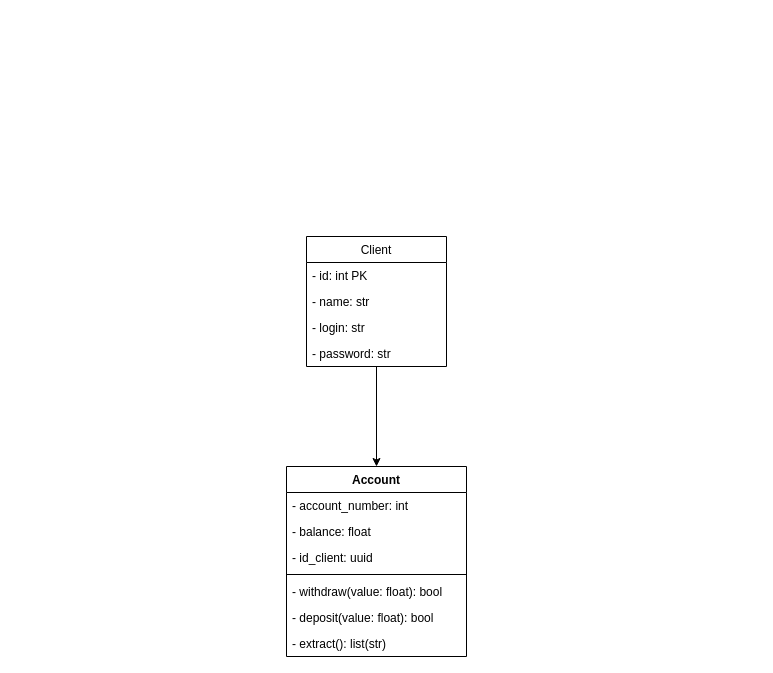
Before: docs/class.drawio in mauriciobenjamin700/Banco-Python-Dio, a draw.io diagram. Source tidied: cells renumbered, new cells numbered last; positions are measured from the earlier drawing's top-left corner, leaving out a move shared by most shapes. Both pictures are drawn from the tidied source at 100%, with x=0, y=0 at pixel (286, 236).
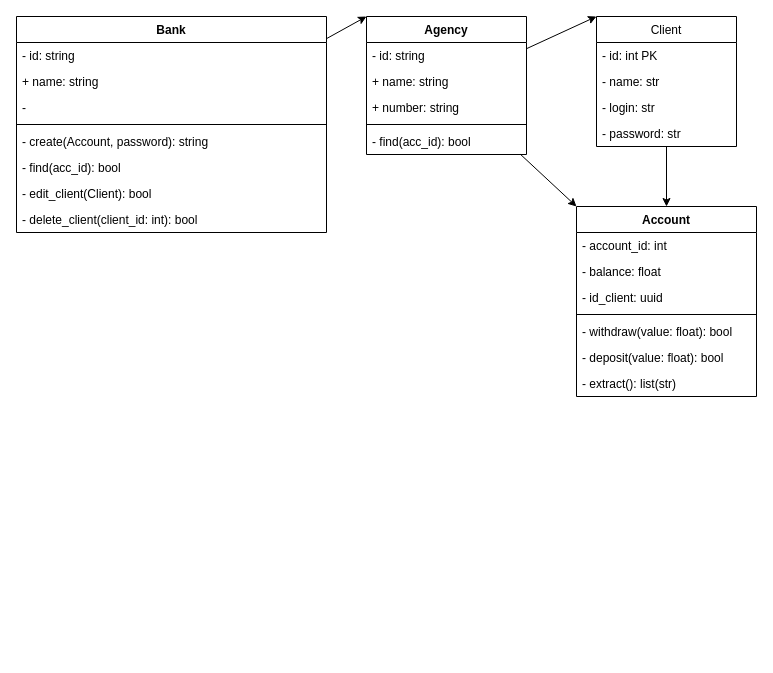
Above is the later version.

Diff of the diagram source:
```diff
@@
     <mxCell id="3" value="Client" style="swimlane;fontStyle=0;horizontal=1;startSize=26;fillColor=none;" parent="1" vertex="1">
-      <mxGeometry x="20" width="140" height="130" as="geometry" />
+      <mxGeometry x="310" y="-220" width="140" height="130" as="geometry" />
     </mxCell>
@@
     <mxCell id="8" value="Account" style="swimlane;fontStyle=1;align=center;verticalAlign=top;horizontal=1;startSize=26;" parent="1" vertex="1">
-      <mxGeometry y="230" width="180" height="190" as="geometry" />
+      <mxGeometry x="290" y="-30" width="180" height="190" as="geometry" />
     </mxCell>
-    <mxCell id="9" value="- account_number: int" style="text;strokeColor=none;fillColor=none;align=left;verticalAlign=top;spacingLeft=4;spacingRight=4;overflow=hidden;" parent="8" vertex="1">
+    <mxCell id="9" value="- account_id: int" style="text;strokeColor=none;fillColor=none;align=left;verticalAlign=top;spacingLeft=4;spacingRight=4;overflow=hidden;" parent="8" vertex="1">
       <mxGeometry y="26" width="180" height="26" as="geometry" />
     </mxCell>
@@
+    <mxCell id="16" style="edgeStyle=none;html=1;entryX=0;entryY=0;entryDx=0;entryDy=0;" parent="1" edge="1" source="17" target="28">
+      <mxGeometry relative="1" as="geometry" />
+    </mxCell>
+    <mxCell id="17" value="Bank" style="swimlane;fontStyle=1;align=center;verticalAlign=top;horizontal=1;startSize=26;" parent="1" vertex="1">
+      <mxGeometry x="-270" y="-220" width="310" height="216" as="geometry" />
+    </mxCell>
+    <mxCell id="18" value="- id: string" style="text;strokeColor=none;fillColor=none;align=left;verticalAlign=top;spacingLeft=4;spacingRight=4;overflow=hidden;" parent="17" vertex="1">
+      <mxGeometry y="26" width="310" height="26" as="geometry" />
+    </mxCell>
+    <mxCell id="19" value="+ name: string&#10;" style="text;strokeColor=none;fillColor=none;align=left;verticalAlign=top;spacingLeft=4;spacingRight=4;overflow=hidden;" parent="17" vertex="1">
+      <mxGeometry y="52" width="310" height="26" as="geometry" />
+    </mxCell>
+    <mxCell id="20" value="- " style="text;strokeColor=none;fillColor=none;align=left;verticalAlign=top;spacingLeft=4;spacingRight=4;overflow=hidden;" parent="17" vertex="1">
+      <mxGeometry y="78" width="310" height="26" as="geometry" />
+    </mxCell>
+    <mxCell id="21" style="line;strokeWidth=1;fillColor=none;align=left;verticalAlign=middle;spacingTop=-1;spacingLeft=3;spacingRight=3;labelPosition=right;strokeColor=inherit;" parent="17" vertex="1">
+      <mxGeometry y="104" width="310" height="8" as="geometry" />
+    </mxCell>
+    <mxCell id="22" value="- create(Account, password): string" style="text;strokeColor=none;fillColor=none;align=left;verticalAlign=top;spacingLeft=4;spacingRight=4;overflow=hidden;" parent="17" vertex="1">
+      <mxGeometry y="112" width="310" height="26" as="geometry" />
+    </mxCell>
+    <mxCell id="23" value="- find(acc_id): bool" style="text;strokeColor=none;fillColor=none;align=left;verticalAlign=top;spacingLeft=4;spacingRight=4;overflow=hidden;" parent="17" vertex="1">
+      <mxGeometry y="138" width="310" height="26" as="geometry" />
+    </mxCell>
+    <mxCell id="24" value="- edit_client(Client): bool" style="text;strokeColor=none;fillColor=none;align=left;verticalAlign=top;spacingLeft=4;spacingRight=4;overflow=hidden;" parent="17" vertex="1">
+      <mxGeometry y="164" width="310" height="26" as="geometry" />
+    </mxCell>
+    <mxCell id="25" value="- delete_client(client_id: int): bool" style="text;strokeColor=none;fillColor=none;align=left;verticalAlign=top;spacingLeft=4;spacingRight=4;overflow=hidden;" parent="17" vertex="1">
+      <mxGeometry y="190" width="310" height="26" as="geometry" />
+    </mxCell>
+    <mxCell id="26" style="edgeStyle=none;html=1;entryX=0;entryY=0;entryDx=0;entryDy=0;" parent="1" edge="1" source="28" target="3">
+      <mxGeometry relative="1" as="geometry" />
+    </mxCell>
+    <mxCell id="27" style="edgeStyle=none;html=1;entryX=0;entryY=0;entryDx=0;entryDy=0;" parent="1" edge="1" source="28" target="8">
+      <mxGeometry relative="1" as="geometry" />
+    </mxCell>
+    <mxCell id="28" value="Agency" style="swimlane;fontStyle=1;align=center;verticalAlign=top;horizontal=1;startSize=26;" parent="1" vertex="1">
+      <mxGeometry x="80" y="-220" width="160" height="138" as="geometry" />
+    </mxCell>
+    <mxCell id="29" value="- id: string" style="text;strokeColor=none;fillColor=none;align=left;verticalAlign=top;spacingLeft=4;spacingRight=4;overflow=hidden;" parent="28" vertex="1">
+      <mxGeometry y="26" width="160" height="26" as="geometry" />
+    </mxCell>
+    <mxCell id="30" value="+ name: string" style="text;strokeColor=none;fillColor=none;align=left;verticalAlign=top;spacingLeft=4;spacingRight=4;overflow=hidden;" parent="28" vertex="1">
+      <mxGeometry y="52" width="160" height="26" as="geometry" />
+    </mxCell>
+    <mxCell id="31" value="+ number: string" style="text;strokeColor=none;fillColor=none;align=left;verticalAlign=top;spacingLeft=4;spacingRight=4;overflow=hidden;" parent="28" vertex="1">
+      <mxGeometry y="78" width="160" height="26" as="geometry" />
+    </mxCell>
+    <mxCell id="32" style="line;strokeWidth=1;fillColor=none;align=left;verticalAlign=middle;spacingTop=-1;spacingLeft=3;spacingRight=3;labelPosition=right;strokeColor=inherit;" parent="28" vertex="1">
+      <mxGeometry y="104" width="160" height="8" as="geometry" />
+    </mxCell>
+    <mxCell id="33" value="- find(acc_id): bool" style="text;strokeColor=none;fillColor=none;align=left;verticalAlign=top;spacingLeft=4;spacingRight=4;overflow=hidden;" parent="28" vertex="1">
+      <mxGeometry y="112" width="160" height="26" as="geometry" />
+    </mxCell>
```
